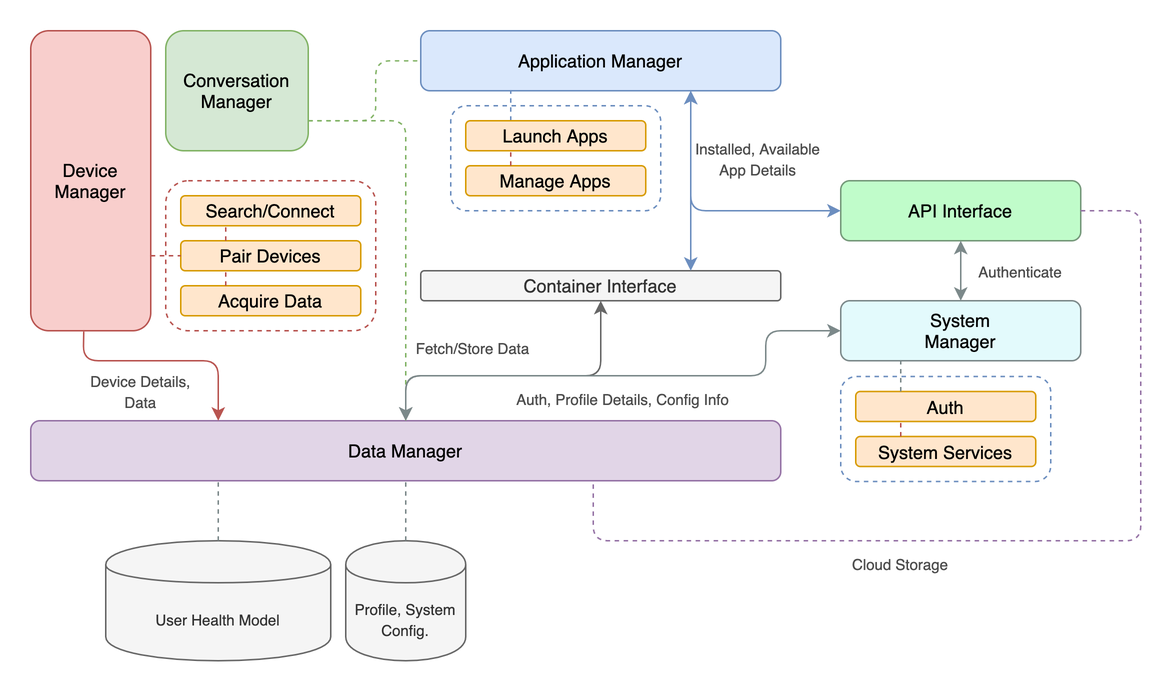
Before: assets/del-container-arch.png, a diagram exported from draw.io (benphilip1991/del-container). Source tidied: cells renumbered, new cells last; positions are measured from the earlier drawing's top-left corner, leaving out a move shared by most shapes. Its diagram source:
```xml
<mxGraphModel>
  <root>
    <mxCell id="0" />
    <mxCell id="1" parent="0" />
    <mxCell id="2" value="Device&lt;br&gt;Manager" style="rounded=1;whiteSpace=wrap;html=1;fillColor=#f8cecc;strokeColor=#b85450;" parent="1" vertex="1">
      <mxGeometry width="80" height="200" as="geometry" />
    </mxCell>
    <mxCell id="3" value="Data Manager" style="rounded=1;whiteSpace=wrap;html=1;fillColor=#e1d5e7;strokeColor=#9673a6;" parent="1" vertex="1">
      <mxGeometry y="260" width="500" height="40" as="geometry" />
    </mxCell>
    <mxCell id="4" value="Application Manager" style="rounded=1;whiteSpace=wrap;html=1;fillColor=#dae8fc;strokeColor=#6c8ebf;" parent="1" vertex="1">
      <mxGeometry x="260" width="240" height="40" as="geometry" />
    </mxCell>
    <mxCell id="5" value="Conversation Manager" style="rounded=1;whiteSpace=wrap;html=1;fillColor=#d5e8d4;strokeColor=#82b366;" parent="1" vertex="1">
      <mxGeometry x="90" width="95" height="80" as="geometry" />
    </mxCell>
    <mxCell id="6" value="&lt;font style=&quot;font-size: 10px&quot;&gt;User Health Model&lt;/font&gt;" style="shape=cylinder;whiteSpace=wrap;html=1;boundedLbl=1;backgroundOutline=1;fillColor=#f5f5f5;strokeColor=#666666;fontColor=#333333;" parent="1" vertex="1">
      <mxGeometry x="50" y="340" width="150" height="80" as="geometry" />
    </mxCell>
    <mxCell id="7" value="Container Interface" style="rounded=1;whiteSpace=wrap;html=1;fillColor=#f5f5f5;strokeColor=#666666;fontColor=#333333;arcSize=12;" parent="1" vertex="1">
      <mxGeometry x="260" y="160" width="240" height="20" as="geometry" />
    </mxCell>
    <mxCell id="8" style="endArrow=none;dashed=1;html=1;entryX=0.25;entryY=1;entryDx=0;entryDy=0;exitX=0.25;exitY=0;exitDx=0;exitDy=0;fillColor=#dae8fc;strokeColor=#6c8ebf;" parent="1" edge="1" source="25" target="4">
      <mxGeometry relative="1" as="geometry" />
    </mxCell>
    <mxCell id="9" style="endArrow=classic;startArrow=classic;html=1;exitX=0.75;exitY=0;exitDx=0;exitDy=0;fillColor=#dae8fc;strokeColor=#6c8ebf;entryX=0.75;entryY=1;entryDx=0;entryDy=0;" parent="1" edge="1" source="7" target="4">
      <mxGeometry relative="1" as="geometry" />
    </mxCell>
    <mxCell id="10" style="group;" parent="1" vertex="1">
      <mxGeometry x="90" y="100" width="140" height="100" as="geometry" />
    </mxCell>
    <mxCell id="11" style="rounded=1;whiteSpace=wrap;html=1;dashed=1;fillColor=none;strokeColor=#b85450;" parent="10" vertex="1">
      <mxGeometry width="140" height="100" as="geometry" />
    </mxCell>
    <mxCell id="12" value="Search/Connect" style="rounded=1;whiteSpace=wrap;html=1;fillColor=#ffe6cc;strokeColor=#d79b00;" parent="10" vertex="1">
      <mxGeometry x="10" y="10" width="120" height="20" as="geometry" />
    </mxCell>
    <mxCell id="13" value="Pair Devices" style="rounded=1;whiteSpace=wrap;html=1;fillColor=#ffe6cc;strokeColor=#d79b00;" parent="10" vertex="1">
      <mxGeometry x="10" y="40" width="120" height="20" as="geometry" />
    </mxCell>
    <mxCell id="14" style="endArrow=none;dashed=1;html=1;fillColor=#f8cecc;strokeColor=#b85450;entryX=0.25;entryY=1;entryDx=0;entryDy=0;exitX=0.25;exitY=0;exitDx=0;exitDy=0;" parent="10" edge="1" source="13" target="12">
      <mxGeometry relative="1" as="geometry" />
    </mxCell>
    <mxCell id="15" value="Acquire Data" style="rounded=1;whiteSpace=wrap;html=1;fillColor=#ffe6cc;strokeColor=#d79b00;" parent="10" vertex="1">
      <mxGeometry x="10" y="70" width="120" height="20" as="geometry" />
    </mxCell>
    <mxCell id="16" style="endArrow=none;dashed=1;html=1;fillColor=#f8cecc;strokeColor=#b85450;entryX=0.25;entryY=1;entryDx=0;entryDy=0;exitX=0.25;exitY=0;exitDx=0;exitDy=0;" parent="10" edge="1" source="15" target="13">
      <mxGeometry relative="1" as="geometry" />
    </mxCell>
    <mxCell id="17" value="API Interface" style="rounded=1;whiteSpace=wrap;html=1;fillColor=#C0FCCA;strokeColor=#75997A;" parent="1" vertex="1">
      <mxGeometry x="540" y="100" width="160" height="40" as="geometry" />
    </mxCell>
    <mxCell id="18" style="endArrow=none;dashed=1;html=1;entryX=0;entryY=0.5;entryDx=0;entryDy=0;exitX=1;exitY=0.75;exitDx=0;exitDy=0;fillColor=#f8cecc;strokeColor=#b85450;" parent="1" edge="1" source="2" target="13">
      <mxGeometry relative="1" as="geometry" />
    </mxCell>
    <mxCell id="19" style="endArrow=classic;html=1;entryX=0.25;entryY=0;entryDx=0;entryDy=0;exitX=0.442;exitY=1.003;exitDx=0;exitDy=0;exitPerimeter=0;fillColor=#f8cecc;strokeColor=#b85450;" parent="1" edge="1" source="2" target="3">
      <mxGeometry relative="1" as="geometry">
        <Array as="points">
          <mxPoint x="35" y="220" />
          <mxPoint x="125" y="220" />
        </Array>
      </mxGeometry>
    </mxCell>
    <mxCell id="20" style="endArrow=classic;startArrow=classic;html=1;entryX=0.5;entryY=1;entryDx=0;entryDy=0;exitX=0.5;exitY=0;exitDx=0;exitDy=0;fillColor=#f5f5f5;strokeColor=#666666;" parent="1" edge="1" source="3" target="7">
      <mxGeometry relative="1" as="geometry">
        <Array as="points">
          <mxPoint x="250" y="230" />
          <mxPoint x="380" y="230" />
        </Array>
      </mxGeometry>
    </mxCell>
    <mxCell id="21" value="&lt;font style=&quot;font-size: 10px&quot; color=&quot;#4d4d4d&quot;&gt;Device Details,&lt;br&gt;Data&lt;/font&gt;" style="text;html=1;strokeColor=none;fillColor=none;align=center;verticalAlign=middle;whiteSpace=wrap;rounded=0;dashed=1;" parent="1" vertex="1">
      <mxGeometry x="30" y="225.2" width="87" height="30" as="geometry" />
    </mxCell>
    <mxCell id="22" value="&lt;font style=&quot;font-size: 10px&quot; color=&quot;#4d4d4d&quot;&gt;Fetch/Store Data&lt;br&gt;&lt;/font&gt;" style="text;html=1;strokeColor=none;fillColor=none;align=center;verticalAlign=middle;whiteSpace=wrap;rounded=0;dashed=1;" parent="1" vertex="1">
      <mxGeometry x="255" y="199" width="80" height="23" as="geometry" />
    </mxCell>
    <mxCell id="23" style="group;" parent="1" vertex="1">
      <mxGeometry x="280" y="50" width="140" height="70" as="geometry" />
    </mxCell>
    <mxCell id="24" style="rounded=1;whiteSpace=wrap;html=1;dashed=1;fillColor=none;strokeColor=#6c8ebf;" parent="23" vertex="1">
      <mxGeometry width="140" height="70" as="geometry" />
    </mxCell>
    <mxCell id="25" value="Launch Apps" style="rounded=1;whiteSpace=wrap;html=1;fillColor=#ffe6cc;strokeColor=#d79b00;" parent="23" vertex="1">
      <mxGeometry x="10" y="10" width="120" height="20" as="geometry" />
    </mxCell>
    <mxCell id="26" value="Manage Apps" style="rounded=1;whiteSpace=wrap;html=1;fillColor=#ffe6cc;strokeColor=#d79b00;" parent="23" vertex="1">
      <mxGeometry x="10" y="40" width="120" height="20" as="geometry" />
    </mxCell>
    <mxCell id="27" style="endArrow=none;dashed=1;html=1;fillColor=#f8cecc;strokeColor=#b85450;entryX=0.25;entryY=1;entryDx=0;entryDy=0;exitX=0.25;exitY=0;exitDx=0;exitDy=0;" parent="23" edge="1" source="26" target="25">
      <mxGeometry relative="1" as="geometry" />
    </mxCell>
    <mxCell id="28" style="group;" parent="1" vertex="1">
      <mxGeometry x="540" y="180" width="160" height="120.5" as="geometry" />
    </mxCell>
    <mxCell id="29" value="System&lt;br&gt;Manager" style="rounded=1;whiteSpace=wrap;html=1;fillColor=#E3FAFC;strokeColor=#7C898A;" parent="28" vertex="1">
      <mxGeometry width="160" height="40" as="geometry" />
    </mxCell>
    <mxCell id="30" style="group;" parent="28" vertex="1">
      <mxGeometry y="50.5" width="140" height="70" as="geometry" />
    </mxCell>
    <mxCell id="31" style="rounded=1;whiteSpace=wrap;html=1;dashed=1;fillColor=none;strokeColor=#6c8ebf;" parent="30" vertex="1">
      <mxGeometry width="140" height="70" as="geometry" />
    </mxCell>
    <mxCell id="32" value="Auth" style="rounded=1;whiteSpace=wrap;html=1;fillColor=#ffe6cc;strokeColor=#d79b00;" parent="30" vertex="1">
      <mxGeometry x="10" y="10" width="120" height="20" as="geometry" />
    </mxCell>
    <mxCell id="33" value="System Services" style="rounded=1;whiteSpace=wrap;html=1;fillColor=#ffe6cc;strokeColor=#d79b00;" parent="30" vertex="1">
      <mxGeometry x="10" y="40" width="120" height="20" as="geometry" />
    </mxCell>
    <mxCell id="34" style="endArrow=none;dashed=1;html=1;fillColor=#f8cecc;strokeColor=#b85450;entryX=0.25;entryY=1;entryDx=0;entryDy=0;exitX=0.25;exitY=0;exitDx=0;exitDy=0;" parent="30" edge="1" source="33" target="32">
      <mxGeometry relative="1" as="geometry" />
    </mxCell>
    <mxCell id="35" style="endArrow=none;dashed=1;html=1;strokeColor=#7C898A;entryX=0.25;entryY=1;entryDx=0;entryDy=0;exitX=0.25;exitY=0;exitDx=0;exitDy=0;" parent="28" edge="1" source="32" target="29">
      <mxGeometry relative="1" as="geometry" />
    </mxCell>
    <mxCell id="36" style="endArrow=classic;startArrow=classic;html=1;strokeColor=#6c8ebf;entryX=0.75;entryY=1;entryDx=0;entryDy=0;exitX=0;exitY=0.5;exitDx=0;exitDy=0;fillColor=#dae8fc;" parent="1" edge="1" source="17" target="4">
      <mxGeometry relative="1" as="geometry">
        <Array as="points">
          <mxPoint x="440" y="120" />
        </Array>
      </mxGeometry>
    </mxCell>
    <mxCell id="37" style="endArrow=classic;startArrow=classic;html=1;strokeColor=#7C898A;entryX=0.5;entryY=1;entryDx=0;entryDy=0;exitX=0.5;exitY=0;exitDx=0;exitDy=0;" parent="1" edge="1" source="29" target="17">
      <mxGeometry relative="1" as="geometry" />
    </mxCell>
    <mxCell id="38" value="&lt;span style=&quot;font-size: 10px&quot;&gt;&lt;font color=&quot;#4d4d4d&quot;&gt;Auth, Profile Details, Config Info&lt;/font&gt;&lt;/span&gt;" style="text;html=1;strokeColor=none;fillColor=none;align=center;verticalAlign=middle;whiteSpace=wrap;rounded=0;dashed=1;" parent="1" vertex="1">
      <mxGeometry x="320" y="230" width="150" height="30" as="geometry" />
    </mxCell>
    <mxCell id="39" value="&lt;span style=&quot;font-size: 10px&quot;&gt;&lt;font color=&quot;#4d4d4d&quot;&gt;Installed, Available App Details&lt;/font&gt;&lt;/span&gt;" style="text;html=1;strokeColor=none;fillColor=none;align=center;verticalAlign=middle;whiteSpace=wrap;rounded=0;dashed=1;" parent="1" vertex="1">
      <mxGeometry x="440" y="70" width="90" height="30" as="geometry" />
    </mxCell>
    <mxCell id="40" value="&lt;font style=&quot;font-size: 10px&quot;&gt;Profile, System Config.&lt;/font&gt;" style="shape=cylinder;whiteSpace=wrap;html=1;boundedLbl=1;backgroundOutline=1;fillColor=#f5f5f5;strokeColor=#666666;fontColor=#333333;" parent="1" vertex="1">
      <mxGeometry x="210" y="340" width="80" height="80" as="geometry" />
    </mxCell>
    <mxCell id="41" style="endArrow=none;dashed=1;html=1;strokeColor=#7C898A;entryX=0.25;entryY=1;entryDx=0;entryDy=0;exitX=0.5;exitY=0;exitDx=0;exitDy=0;exitPerimeter=0;" parent="1" edge="1" source="6" target="3">
      <mxGeometry relative="1" as="geometry" />
    </mxCell>
    <mxCell id="42" style="endArrow=none;dashed=1;html=1;strokeColor=#7C898A;entryX=0.5;entryY=1;entryDx=0;entryDy=0;exitX=0.5;exitY=0;exitDx=0;exitDy=0;" parent="1" edge="1" source="40" target="3">
      <mxGeometry relative="1" as="geometry" />
    </mxCell>
    <mxCell id="43" style="endArrow=none;dashed=1;html=1;strokeColor=#9673a6;entryX=0.75;entryY=1;entryDx=0;entryDy=0;exitX=1;exitY=0.5;exitDx=0;exitDy=0;fillColor=#e1d5e7;" parent="1" edge="1" source="17" target="3">
      <mxGeometry relative="1" as="geometry">
        <Array as="points">
          <mxPoint x="740" y="120" />
          <mxPoint x="740" y="340" />
          <mxPoint x="375" y="340" />
        </Array>
      </mxGeometry>
    </mxCell>
    <mxCell id="44" value="&lt;span style=&quot;font-size: 10px&quot;&gt;&lt;font color=&quot;#4d4d4d&quot;&gt;Cloud Storage&lt;/font&gt;&lt;/span&gt;" style="text;html=1;strokeColor=none;fillColor=none;align=center;verticalAlign=middle;whiteSpace=wrap;rounded=0;dashed=1;" parent="1" vertex="1">
      <mxGeometry x="520" y="340" width="120" height="30" as="geometry" />
    </mxCell>
    <mxCell id="45" style="endArrow=none;html=1;strokeColor=#82b366;exitX=1;exitY=0.75;exitDx=0;exitDy=0;entryX=0.5;entryY=0;entryDx=0;entryDy=0;fillColor=#d5e8d4;dashed=1;" parent="1" edge="1" source="5" target="3">
      <mxGeometry relative="1" as="geometry">
        <Array as="points">
          <mxPoint x="250" y="60" />
        </Array>
      </mxGeometry>
    </mxCell>
    <mxCell id="46" style="endArrow=none;dashed=1;html=1;strokeColor=#82b366;entryX=0;entryY=0.5;entryDx=0;entryDy=0;exitX=1;exitY=0.75;exitDx=0;exitDy=0;fillColor=#d5e8d4;" parent="1" edge="1" source="5" target="4">
      <mxGeometry relative="1" as="geometry">
        <Array as="points">
          <mxPoint x="230" y="60" />
          <mxPoint x="230" y="20" />
        </Array>
      </mxGeometry>
    </mxCell>
    <mxCell id="47" style="endArrow=classic;startArrow=classic;html=1;strokeColor=#7C898A;entryX=0;entryY=0.5;entryDx=0;entryDy=0;exitX=0.5;exitY=0;exitDx=0;exitDy=0;" parent="1" edge="1" source="3" target="29">
      <mxGeometry relative="1" as="geometry">
        <Array as="points">
          <mxPoint x="250" y="230" />
          <mxPoint x="490" y="230" />
          <mxPoint x="490" y="200" />
        </Array>
      </mxGeometry>
    </mxCell>
    <mxCell id="48" value="&lt;font style=&quot;font-size: 10px&quot; color=&quot;#4d4d4d&quot;&gt;Authenticate&lt;br&gt;&lt;/font&gt;" style="text;html=1;strokeColor=none;fillColor=none;align=center;verticalAlign=middle;whiteSpace=wrap;rounded=0;dashed=1;" parent="1" vertex="1">
      <mxGeometry x="630" y="150" width="60" height="20" as="geometry" />
    </mxCell>
  </root>
</mxGraphModel>
```
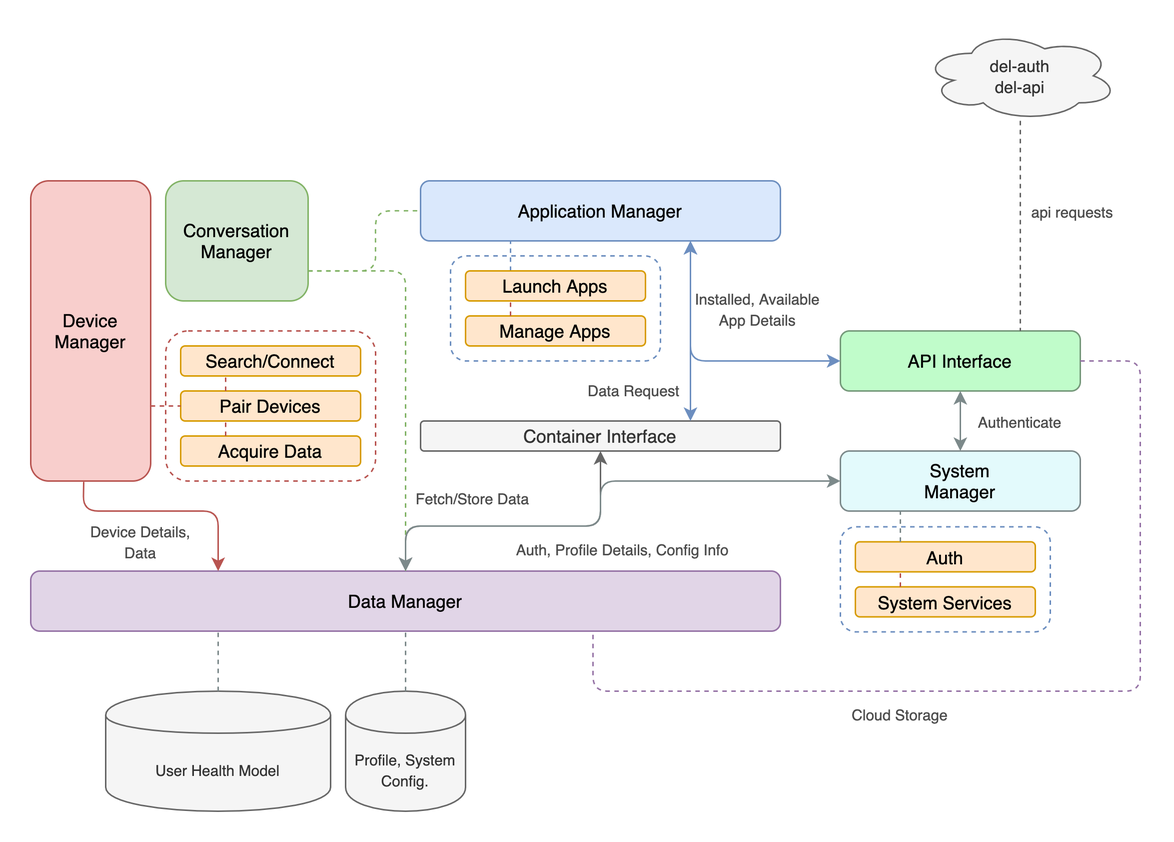
Later version of the same file.

Commit message:
Updating architecture diagram

Change to the diagram source:
```diff
@@ -170,13 +170,25 @@
       <mxGeometry relative="1" as="geometry">
         <Array as="points">
           <mxPoint x="250" y="230" />
-          <mxPoint x="490" y="230" />
-          <mxPoint x="490" y="200" />
+          <mxPoint x="380" y="230" />
+          <mxPoint x="380" y="200" />
         </Array>
       </mxGeometry>
     </mxCell>
     <mxCell id="48" value="&lt;font style=&quot;font-size: 10px&quot; color=&quot;#4d4d4d&quot;&gt;Authenticate&lt;br&gt;&lt;/font&gt;" style="text;html=1;strokeColor=none;fillColor=none;align=center;verticalAlign=middle;whiteSpace=wrap;rounded=0;dashed=1;" parent="1" vertex="1">
       <mxGeometry x="630" y="150" width="60" height="20" as="geometry" />
     </mxCell>
+    <mxCell id="49" value="&lt;font style=&quot;font-size: 10px&quot; color=&quot;#4d4d4d&quot;&gt;Data Request&lt;br&gt;&lt;/font&gt;" style="text;html=1;strokeColor=none;fillColor=none;align=center;verticalAlign=middle;whiteSpace=wrap;rounded=0;dashed=1;" parent="1" vertex="1">
+      <mxGeometry x="365" y="127" width="75" height="23" as="geometry" />
+    </mxCell>
+    <mxCell id="50" style="edgeStyle=orthogonalEdgeStyle;rounded=0;jettySize=auto;html=1;entryX=0.75;entryY=0;entryDx=0;entryDy=0;dashed=1;endArrow=none;endFill=0;fillColor=#f5f5f5;strokeColor=#666666;" parent="1" edge="1" source="51" target="17">
+      <mxGeometry relative="1" as="geometry" />
+    </mxCell>
+    <mxCell id="51" value="&lt;font style=&quot;font-size: 11px&quot;&gt;del-auth&lt;br&gt;del-api&lt;/font&gt;" style="ellipse;shape=cloud;whiteSpace=wrap;html=1;fillColor=#f5f5f5;strokeColor=#666666;fontColor=#333333;" parent="1" vertex="1">
+      <mxGeometry x="595" y="-100" width="130" height="60" as="geometry" />
+    </mxCell>
+    <mxCell id="52" value="&lt;font style=&quot;font-size: 10px&quot; color=&quot;#4d4d4d&quot;&gt;api requests&lt;/font&gt;" style="text;html=1;strokeColor=none;fillColor=none;align=center;verticalAlign=middle;whiteSpace=wrap;rounded=0;" parent="1" vertex="1">
+      <mxGeometry x="665" y="10" width="60" height="20" as="geometry" />
+    </mxCell>
   </root>
 </mxGraphModel>
```
